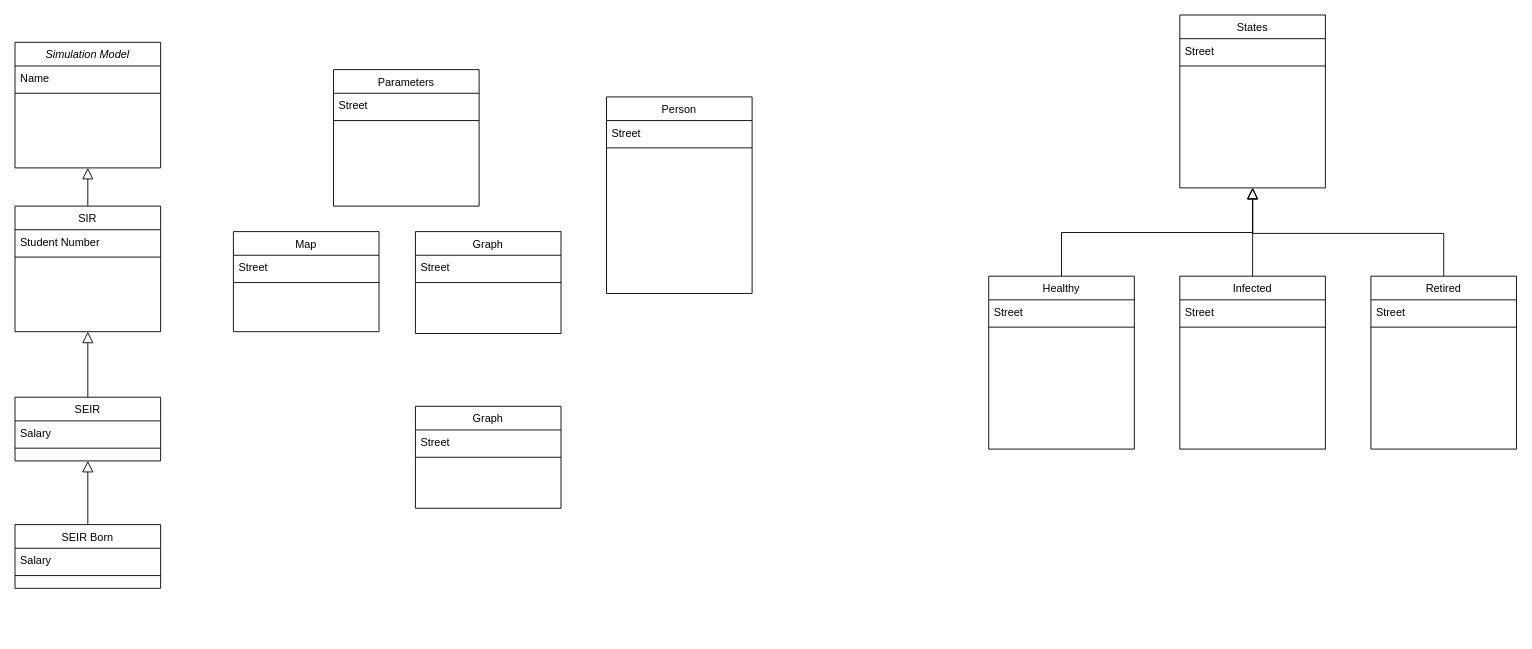
Before: UML/Class Diagram.drawio in Yaimuu/SIR_Project, a draw.io diagram. Source tidied: cells renumbered, new cells numbered last; positions are measured from the earlier drawing's top-left corner, leaving out a move shared by most shapes. Both pictures are drawn from the tidied source at 91%, with x=0, y=0 at pixel (15, 15).
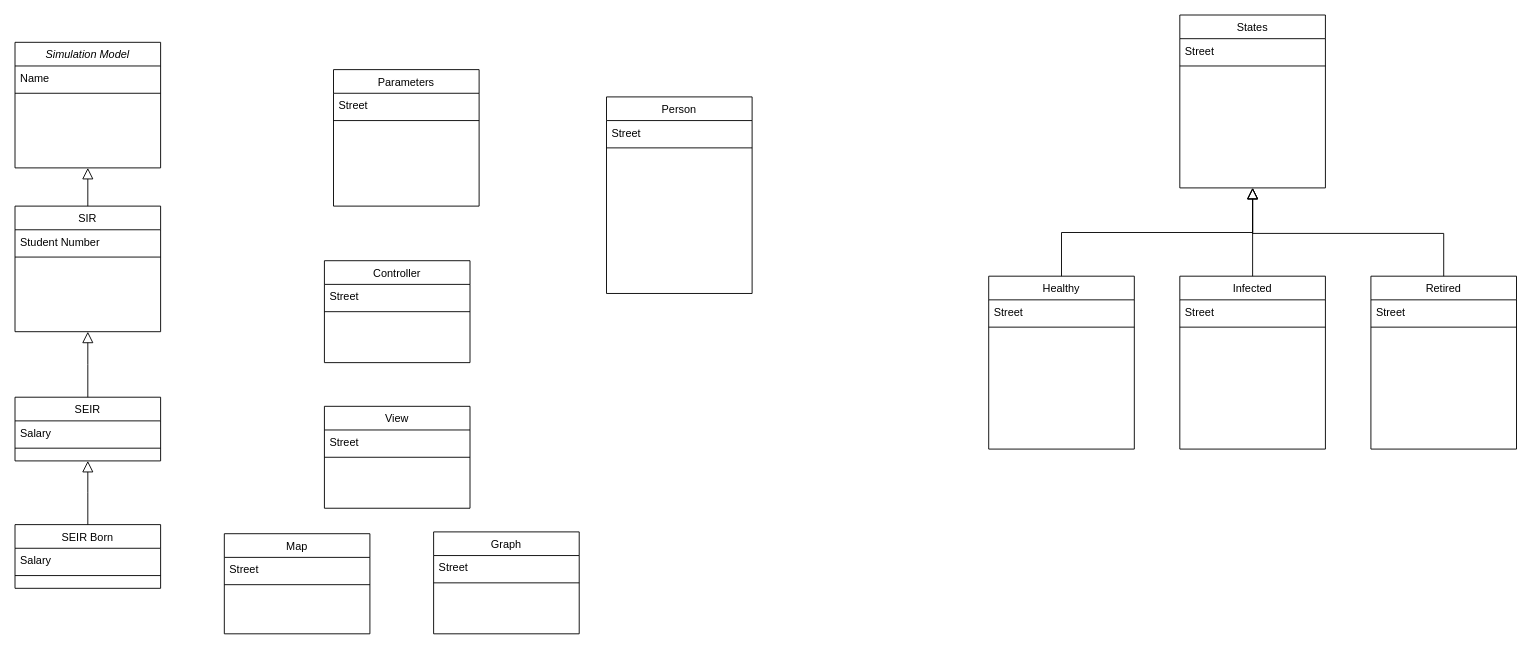
The same page after the edit.

The edit, as a diff of the source:
```diff
@@
     <mxCell id="38" value="Map" style="swimlane;fontStyle=0;align=center;verticalAlign=top;horizontal=1;startSize=26;rounded=0;shadow=0;strokeWidth=1;" parent="1" vertex="1">
-      <mxGeometry x="240" y="238" width="160" height="110" as="geometry" />
+      <mxGeometry x="230" y="570" width="160" height="110" as="geometry" />
     </mxCell>
@@
     <mxCell id="41" value="Graph" style="swimlane;fontStyle=0;align=center;verticalAlign=top;horizontal=1;startSize=26;rounded=0;shadow=0;strokeWidth=1;" parent="1" vertex="1">
-      <mxGeometry x="440" y="238" width="160" height="112" as="geometry" />
+      <mxGeometry x="460" y="568" width="160" height="112" as="geometry" />
     </mxCell>
@@
-    <mxCell id="44" value="Graph" style="swimlane;fontStyle=0;align=center;verticalAlign=top;horizontal=1;startSize=26;rounded=0;shadow=0;strokeWidth=1;" parent="1" vertex="1">
-      <mxGeometry x="440" y="430" width="160" height="112" as="geometry" />
-    </mxCell>
-    <mxCell id="45" value="Street" style="text;align=left;verticalAlign=top;spacingLeft=4;spacingRight=4;overflow=hidden;" parent="44" vertex="1">
-      <mxGeometry y="26" width="160" height="26" as="geometry" />
-    </mxCell>
-    <mxCell id="46" style="line;html=1;strokeWidth=1;align=left;verticalAlign=middle;spacingTop=-1;spacingLeft=3;spacingRight=3;labelPosition=right;" parent="44" vertex="1">
-      <mxGeometry y="52" width="160" height="8" as="geometry" />
-    </mxCell>
+    <mxCell id="47" value="View" style="swimlane;fontStyle=0;align=center;verticalAlign=top;horizontal=1;startSize=26;rounded=0;shadow=0;strokeWidth=1;" parent="1" vertex="1">
+      <mxGeometry x="340" y="430" width="160" height="112" as="geometry" />
+    </mxCell>
+    <mxCell id="48" value="Street" style="text;align=left;verticalAlign=top;spacingLeft=4;spacingRight=4;overflow=hidden;" parent="47" vertex="1">
+      <mxGeometry y="26" width="160" height="26" as="geometry" />
+    </mxCell>
+    <mxCell id="49" style="line;html=1;strokeWidth=1;align=left;verticalAlign=middle;spacingTop=-1;spacingLeft=3;spacingRight=3;labelPosition=right;" parent="47" vertex="1">
+      <mxGeometry y="52" width="160" height="8" as="geometry" />
+    </mxCell>
+    <mxCell id="50" value="Controller" style="swimlane;fontStyle=0;align=center;verticalAlign=top;horizontal=1;startSize=26;rounded=0;shadow=0;strokeWidth=1;" parent="1" vertex="1">
+      <mxGeometry x="340" y="270" width="160" height="112" as="geometry" />
+    </mxCell>
+    <mxCell id="51" value="Street" style="text;align=left;verticalAlign=top;spacingLeft=4;spacingRight=4;overflow=hidden;" parent="50" vertex="1">
+      <mxGeometry y="26" width="160" height="26" as="geometry" />
+    </mxCell>
+    <mxCell id="52" style="line;html=1;strokeWidth=1;align=left;verticalAlign=middle;spacingTop=-1;spacingLeft=3;spacingRight=3;labelPosition=right;" parent="50" vertex="1">
+      <mxGeometry y="52" width="160" height="8" as="geometry" />
+    </mxCell>
```
